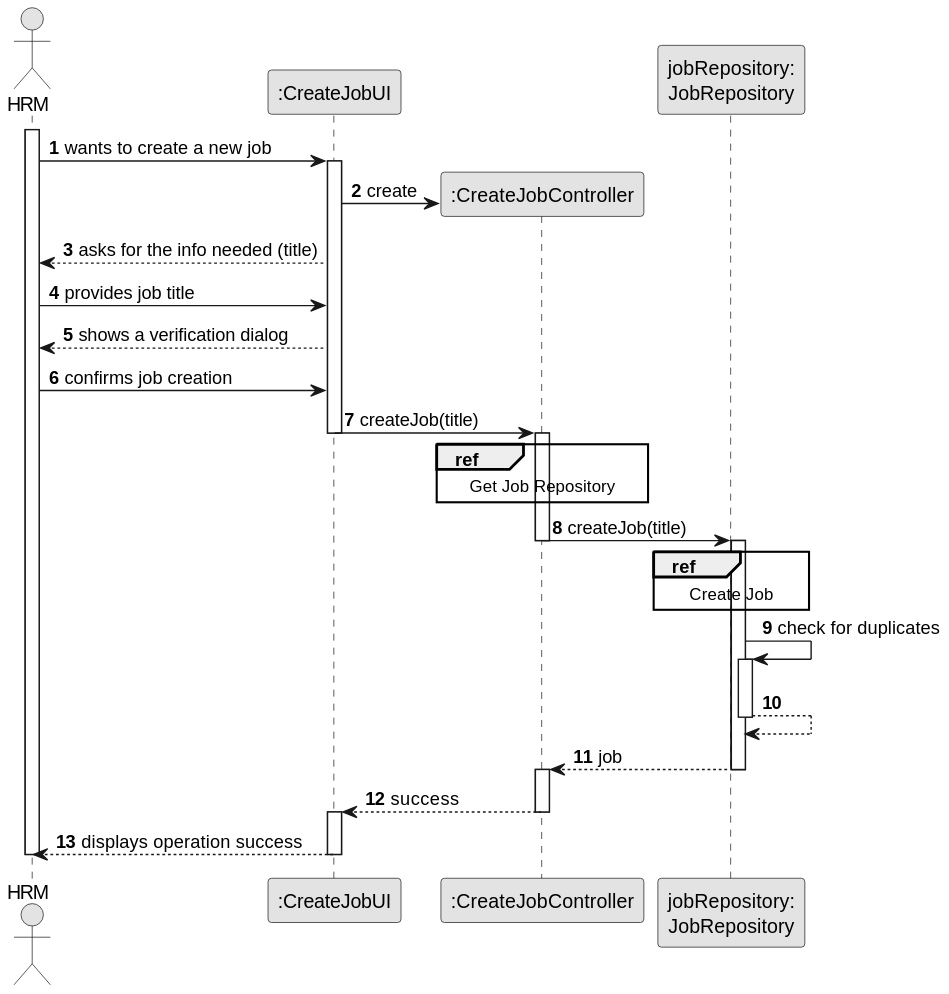
This is docs/sprintB/us002/03.design/svg/us002-sequence-diagram-split.svg from ricardomm7/leaflink, a PlantUML export, as it was before one commit.
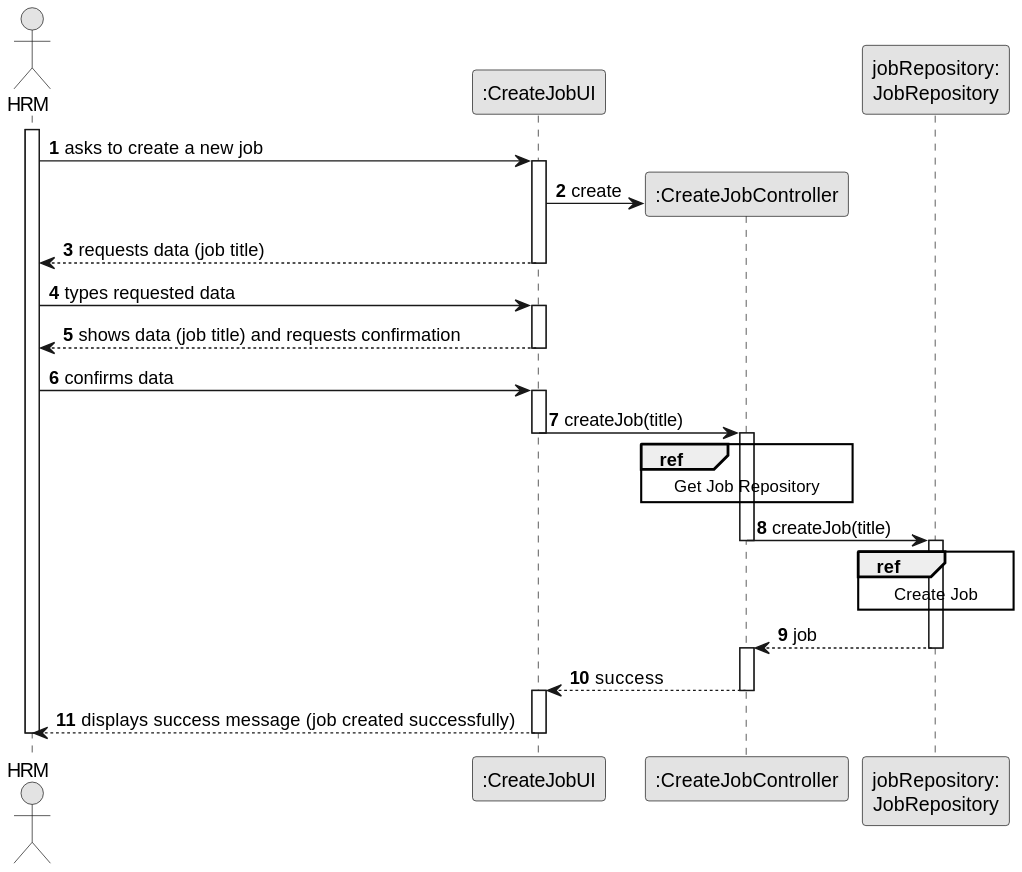
Above is the later version.

Change to the diagram source:
```diff
@@ -12,18 +12,22 @@
 
 activate Employee
 
-Employee -> UI : wants to create a new job
+Employee -> UI : asks to create a new job
 activate UI
 
 UI -> CTRL** : create
 
-UI --> Employee : asks for the info needed (title)
+UI --> Employee : requests data (job title)
+deactivate UI
 
-Employee -> UI : provides job title
+Employee -> UI : types requested data
+activate UI
 
-UI --> Employee : shows a verification dialog
+UI --> Employee : shows data (job title) and requests confirmation
+deactivate UI
 
-Employee -> UI : confirms job creation
+Employee -> UI : confirms data
+activate UI
 
 UI -> CTRL : createJob(title)
 deactivate UI
@@ -40,10 +44,6 @@
             Create Job
         end ref
 
-    activate jobRepository
-    jobRepository -> jobRepository : check for duplicates
-    activate jobRepository
-    jobRepository --> jobRepository
     deactivate jobRepository
 
 jobRepository --> CTRL : job
@@ -54,7 +54,7 @@
 CTRL --> UI : success
 deactivate CTRL
 activate UI
-UI --> Employee : displays operation success
+UI --> Employee : displays success message (job created successfully)
 
 deactivate UI
 deactivate Employee
```
